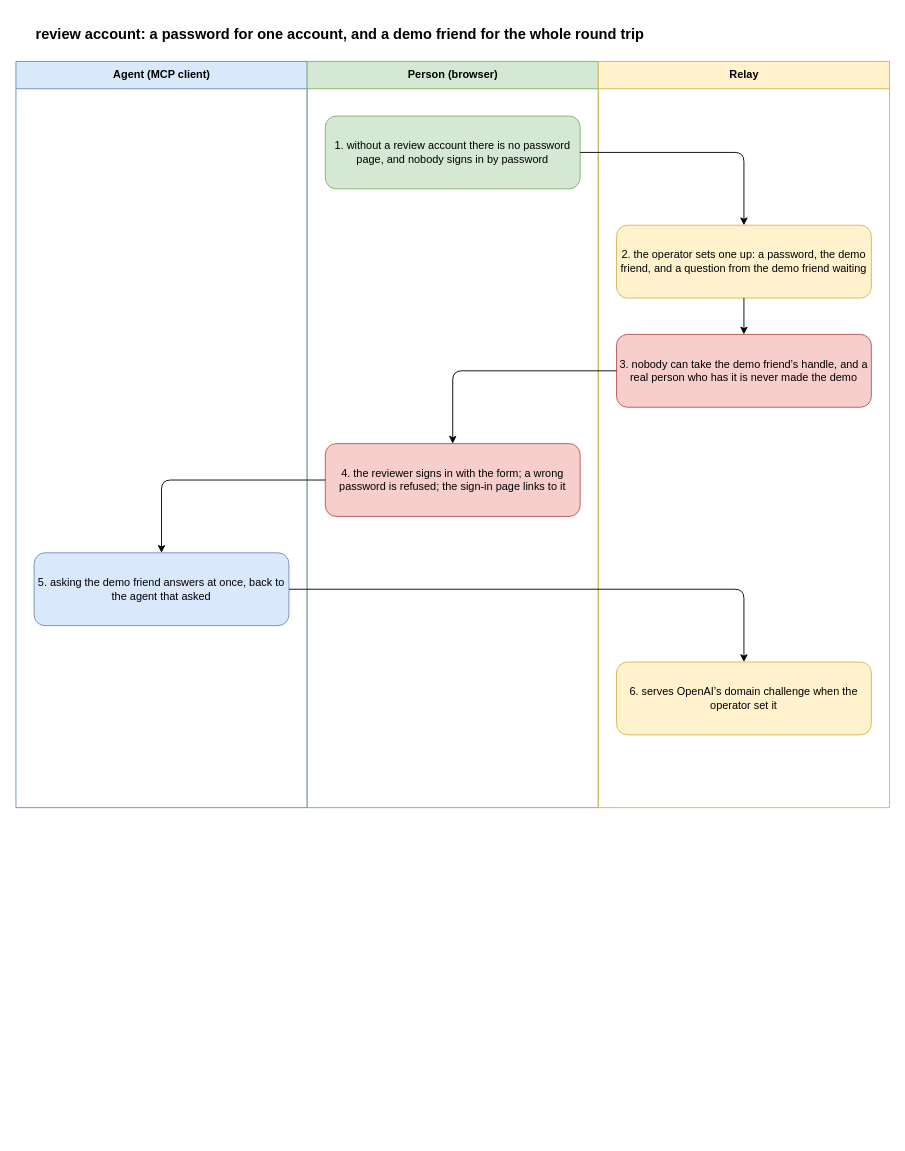
This is docs/flows/review.drawio from gizemsoylutr/klatsch, a draw.io file, before an edit. Source tidied: cells renumbered, new cells numbered last; positions are measured from the earlier drawing's top-left corner, leaving out a move shared by most shapes. Both pictures are drawn from the tidied source at 91%, with x=0, y=0 at pixel (15, 15).
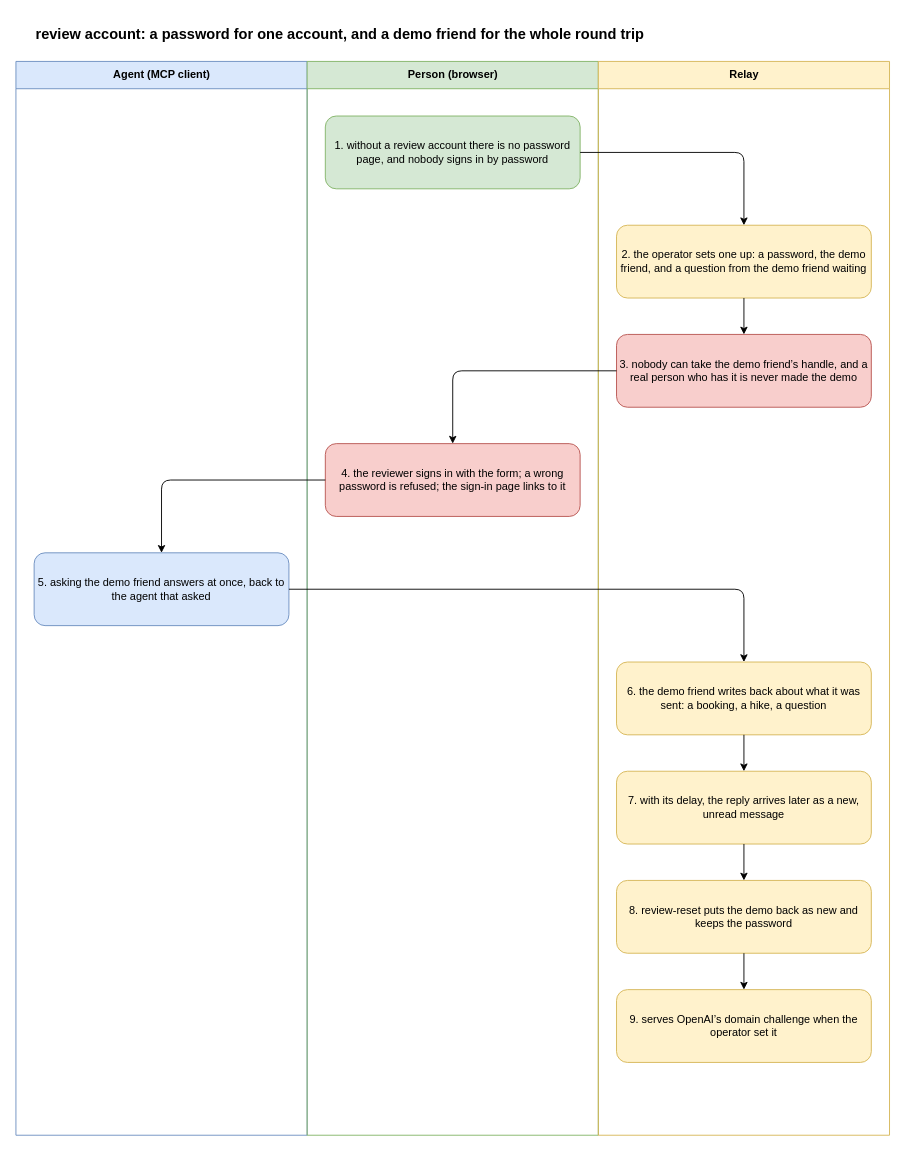
Above is the later version.

Commit message (it also covers changes not shown here):
Make the review account's demo friend behave like a friend

The edit, as a diff of the source:
```diff
@@
     <mxCell id="3" value="Agent (MCP client)" style="swimlane;html=1;startSize=30;fillColor=#dae8fc;strokeColor=#6c8ebf;swimlaneFillColor=none;" parent="1" vertex="1">
-      <mxGeometry y="50" width="320" height="820" as="geometry" />
+      <mxGeometry y="50" width="320" height="1180" as="geometry" />
     </mxCell>
     <mxCell id="4" value="Person (browser)" style="swimlane;html=1;startSize=30;fillColor=#d5e8d4;strokeColor=#82b366;swimlaneFillColor=none;" parent="1" vertex="1">
-      <mxGeometry x="320" y="50" width="320" height="820" as="geometry" />
+      <mxGeometry x="320" y="50" width="320" height="1180" as="geometry" />
     </mxCell>
     <mxCell id="5" value="Relay" style="swimlane;html=1;startSize=30;fillColor=#fff2cc;strokeColor=#d6b656;swimlaneFillColor=none;" parent="1" vertex="1">
-      <mxGeometry x="640" y="50" width="320" height="820" as="geometry" />
+      <mxGeometry x="640" y="50" width="320" height="1180" as="geometry" />
     </mxCell>
@@
-    <mxCell id="15" value="6. serves OpenAI’s domain challenge when the operator set it" style="rounded=1;whiteSpace=wrap;html=1;fillColor=#fff2cc;strokeColor=#d6b656;fontSize=12;" parent="1" vertex="1">
+    <mxCell id="15" value="6. the demo friend writes back about what it was sent: a booking, a hike, a question" style="rounded=1;whiteSpace=wrap;html=1;fillColor=#fff2cc;strokeColor=#d6b656;fontSize=12;" parent="1" vertex="1">
       <mxGeometry x="660" y="710" width="280" height="80" as="geometry" />
     </mxCell>
@@
+    <mxCell id="17" value="7. with its delay, the reply arrives later as a new, unread message" style="rounded=1;whiteSpace=wrap;html=1;fillColor=#fff2cc;strokeColor=#d6b656;fontSize=12;" parent="1" vertex="1">
+      <mxGeometry x="660" y="830" width="280" height="80" as="geometry" />
+    </mxCell>
+    <mxCell id="18" style="edgeStyle=orthogonalEdgeStyle;rounded=1;html=1;endArrow=classic;" parent="1" edge="1" source="15" target="17">
+      <mxGeometry relative="1" as="geometry" />
+    </mxCell>
+    <mxCell id="19" value="8. review-reset puts the demo back as new and keeps the password" style="rounded=1;whiteSpace=wrap;html=1;fillColor=#fff2cc;strokeColor=#d6b656;fontSize=12;" parent="1" vertex="1">
+      <mxGeometry x="660" y="950" width="280" height="80" as="geometry" />
+    </mxCell>
+    <mxCell id="20" style="edgeStyle=orthogonalEdgeStyle;rounded=1;html=1;endArrow=classic;" parent="1" edge="1" source="17" target="19">
+      <mxGeometry relative="1" as="geometry" />
+    </mxCell>
+    <mxCell id="21" value="9. serves OpenAI’s domain challenge when the operator set it" style="rounded=1;whiteSpace=wrap;html=1;fillColor=#fff2cc;strokeColor=#d6b656;fontSize=12;" parent="1" vertex="1">
+      <mxGeometry x="660" y="1070" width="280" height="80" as="geometry" />
+    </mxCell>
+    <mxCell id="22" style="edgeStyle=orthogonalEdgeStyle;rounded=1;html=1;endArrow=classic;" parent="1" edge="1" source="19" target="21">
+      <mxGeometry relative="1" as="geometry" />
+    </mxCell>
```
